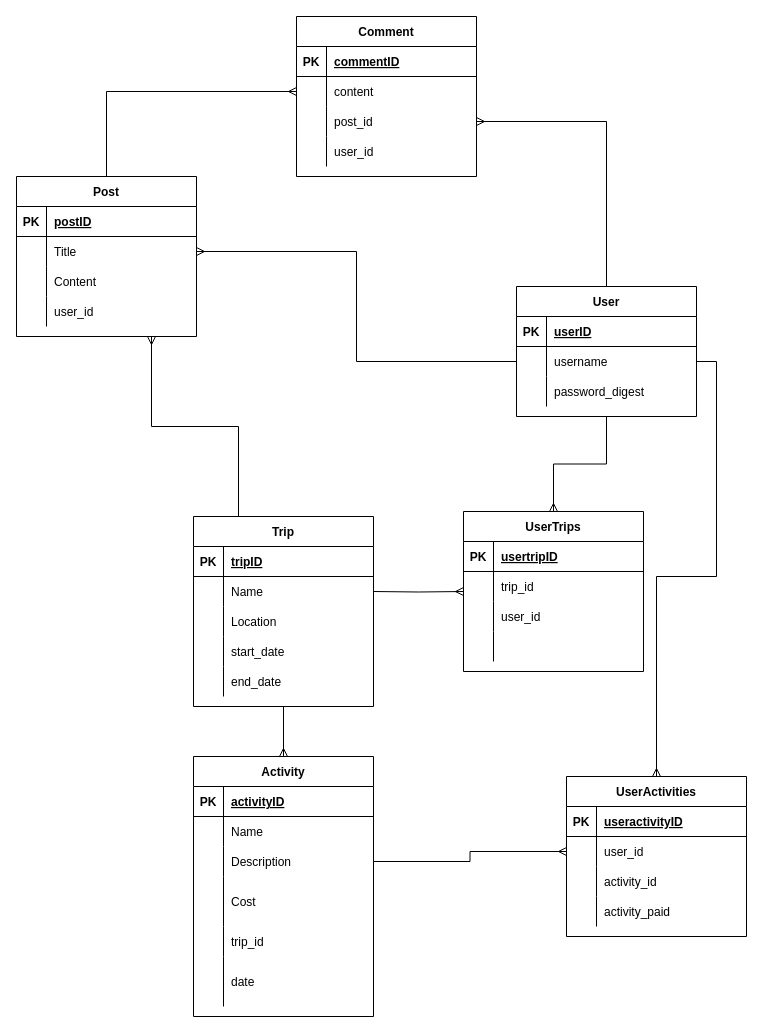
damianmalysza/trippin keeps this draw.io diagram as db/models.drawio. Above is the earlier version. Source tidied: cells renumbered, new cells numbered last; positions are measured from the earlier drawing's top-left corner, leaving out a move shared by most shapes. Both pictures are drawn from the tidied source at 100%, with x=0, y=0 at pixel (16, 16).
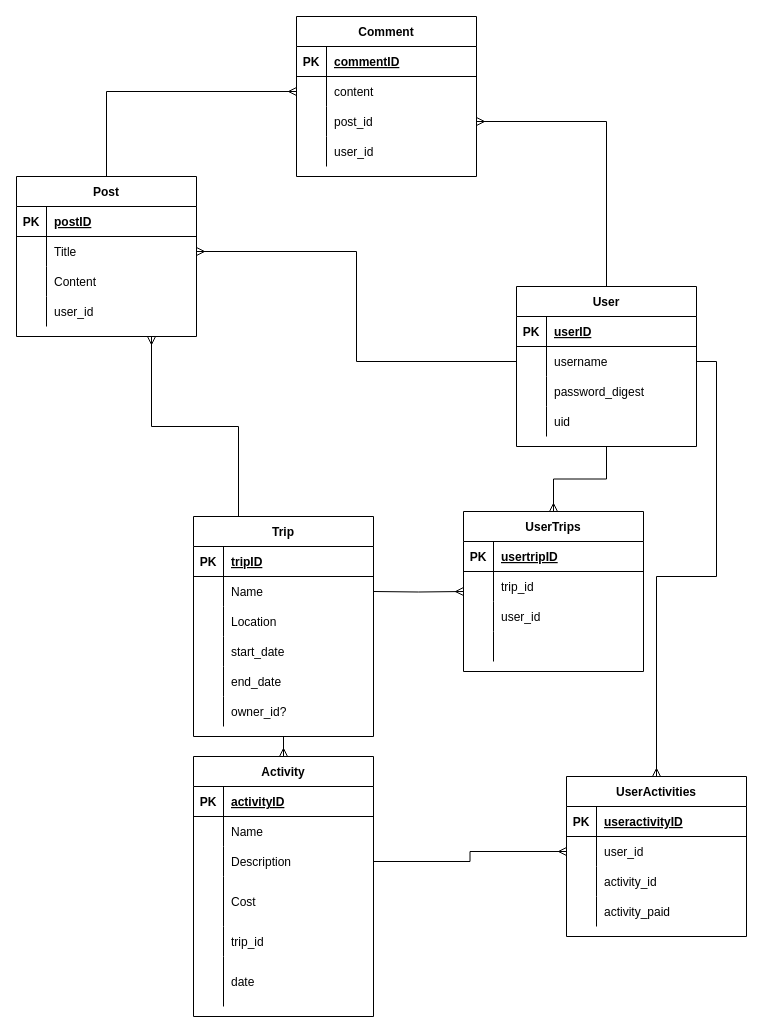
The same diagram, later.

Change to the diagram source:
```diff
@@
     <mxCell id="3" value="Trip" style="shape=table;startSize=30;childLayout=tableLayout;rowLines=0;fontStyle=1;align=center;" parent="1" vertex="1">
-      <mxGeometry x="177" y="500" width="180" height="190" as="geometry" />
+      <mxGeometry x="177" y="500" width="180" height="220" as="geometry" />
     </mxCell>
@@
+    <mxCell id="108" style="shape=partialRectangle;fillColor=none;top=0;left=0;bottom=0;right=0;" parent="3" vertex="1">
+      <mxGeometry y="180" width="180" height="30" as="geometry" />
+    </mxCell>
+    <mxCell id="109" style="shape=partialRectangle;fillColor=none;top=0;left=0;bottom=0;right=0;overflow=hidden;" parent="108" vertex="1">
+      <mxGeometry width="30" height="30" as="geometry" />
+    </mxCell>
+    <mxCell id="110" value="owner_id?" style="shape=partialRectangle;fillColor=none;top=0;left=0;bottom=0;right=0;align=left;spacingLeft=6;overflow=hidden;" parent="108" vertex="1">
+      <mxGeometry x="30" width="150" height="30" as="geometry" />
+    </mxCell>
     <mxCell id="19" value="User" style="shape=table;startSize=30;childLayout=tableLayout;rowLines=0;fontStyle=1;align=center;" parent="1" vertex="1">
-      <mxGeometry x="500" y="270" width="180" height="130" as="geometry" />
+      <mxGeometry x="500" y="270" width="180" height="160" as="geometry" />
     </mxCell>
@@
+    <mxCell id="111" style="shape=partialRectangle;fillColor=none;top=0;left=0;bottom=0;right=0;" parent="19" vertex="1">
+      <mxGeometry y="120" width="180" height="30" as="geometry" />
+    </mxCell>
+    <mxCell id="112" style="shape=partialRectangle;fillColor=none;top=0;left=0;bottom=0;right=0;overflow=hidden;" parent="111" vertex="1">
+      <mxGeometry width="30" height="30" as="geometry" />
+    </mxCell>
+    <mxCell id="113" value="uid" style="shape=partialRectangle;fillColor=none;top=0;left=0;bottom=0;right=0;align=left;spacingLeft=6;overflow=hidden;" parent="111" vertex="1">
+      <mxGeometry x="30" width="150" height="30" as="geometry" />
+    </mxCell>
```
